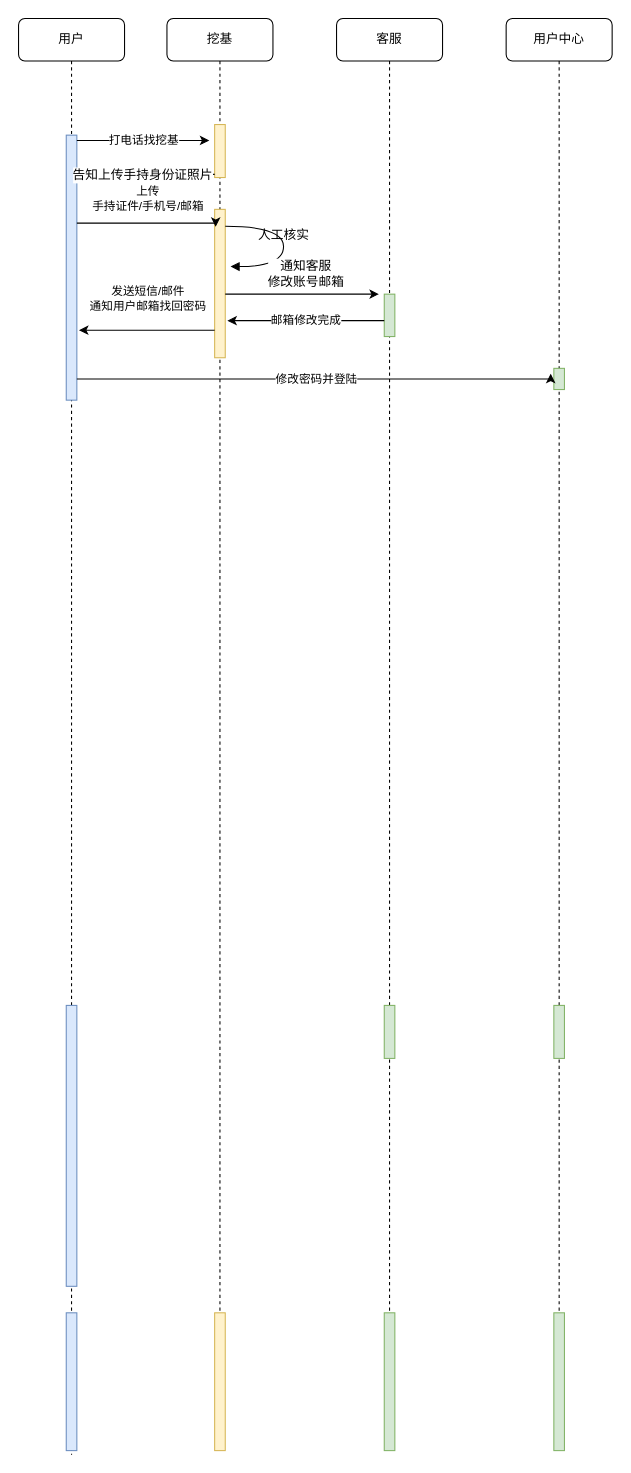
The draw.io diagram 第三方结束合作流程.drawio in ytyszxf/angular2-webpack-starter, before the edit. Source tidied: cells renumbered, new cells numbered last; positions are measured from the earlier drawing's top-left corner, leaving out a move shared by most shapes. Both pictures are drawn from the tidied source at 106%, with x=0, y=0 at pixel (18, 18).
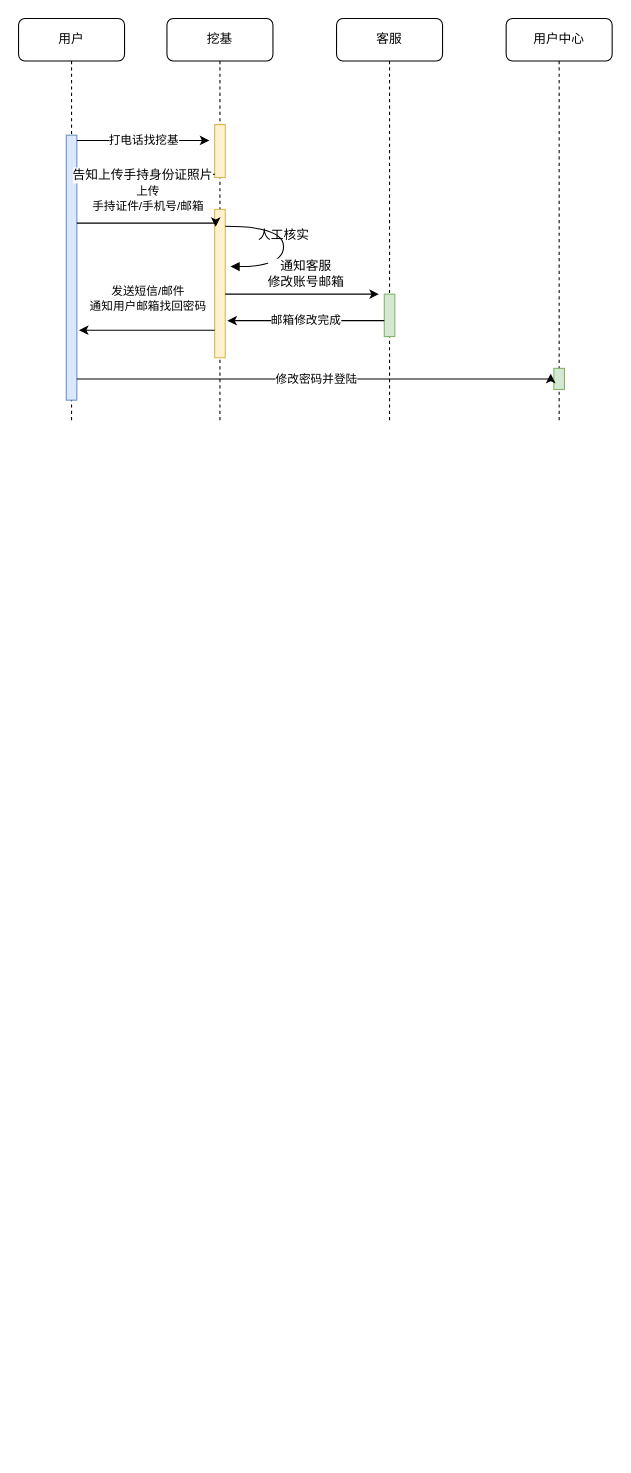
Above is the later version.

Commit message (it also covers changes not shown here):
Update 第三方结束合作流程.drawio

The edit, as a diff of the source:
```diff
@@
     <mxCell id="2" value="挖基" style="shape=umlLifeline;perimeter=lifelinePerimeter;whiteSpace=wrap;html=1;rounded=1;shadow=0;comic=0;labelBackgroundColor=none;strokeColor=#000000;strokeWidth=1;fillColor=#FFFFFF;fontFamily=Verdana;fontSize=12;fontColor=#000000;align=center;" parent="1" vertex="1">
-      <mxGeometry x="140" width="100" height="1260" as="geometry" />
+      <mxGeometry x="140" width="100" height="380" as="geometry" />
     </mxCell>
@@
-    <mxCell id="5" style="html=1;perimeter=orthogonalPerimeter;rounded=0;shadow=0;comic=0;labelBackgroundColor=none;strokeColor=#d6b656;strokeWidth=1;fillColor=#fff2cc;fontFamily=Verdana;fontSize=12;align=center;" parent="2" vertex="1">
-      <mxGeometry x="45" y="1221" width="10" height="130" as="geometry" />
-    </mxCell>
     <mxCell id="6" value="客服" style="shape=umlLifeline;perimeter=lifelinePerimeter;whiteSpace=wrap;html=1;rounded=1;shadow=0;comic=0;labelBackgroundColor=none;strokeColor=#000000;strokeWidth=1;fillColor=#FFFFFF;fontFamily=Verdana;fontSize=12;fontColor=#000000;align=center;" parent="1" vertex="1">
-      <mxGeometry x="300" width="100" height="1260" as="geometry" />
+      <mxGeometry x="300" width="100" height="380" as="geometry" />
     </mxCell>
@@
-    <mxCell id="8" style="html=1;perimeter=orthogonalPerimeter;rounded=0;shadow=0;comic=0;labelBackgroundColor=none;strokeColor=#82b366;strokeWidth=1;fillColor=#d5e8d4;fontFamily=Verdana;fontSize=12;align=center;" parent="6" vertex="1">
-      <mxGeometry x="45" y="931" width="10" height="50" as="geometry" />
-    </mxCell>
-    <mxCell id="9" style="html=1;perimeter=orthogonalPerimeter;rounded=0;shadow=0;comic=0;labelBackgroundColor=none;strokeColor=#82b366;strokeWidth=1;fillColor=#d5e8d4;fontFamily=Verdana;fontSize=12;align=center;" parent="6" vertex="1">
-      <mxGeometry x="45" y="1221" width="10" height="130" as="geometry" />
-    </mxCell>
     <mxCell id="10" value="用户" style="shape=umlLifeline;perimeter=lifelinePerimeter;whiteSpace=wrap;html=1;rounded=1;shadow=0;comic=0;labelBackgroundColor=none;strokeColor=#000000;strokeWidth=1;fillColor=#FFFFFF;fontFamily=Verdana;fontSize=12;fontColor=#000000;align=center;" parent="1" vertex="1">
-      <mxGeometry width="100" height="1355" as="geometry" />
+      <mxGeometry width="100" height="380" as="geometry" />
     </mxCell>
-    <mxCell id="11" style="html=1;perimeter=orthogonalPerimeter;rounded=0;shadow=0;comic=0;labelBackgroundColor=none;strokeColor=#6c8ebf;strokeWidth=1;fillColor=#dae8fc;fontFamily=Verdana;fontSize=12;align=center;" parent="10" vertex="1">
-      <mxGeometry x="45" y="931" width="10" height="265" as="geometry" />
-    </mxCell>
-    <mxCell id="12" style="html=1;perimeter=orthogonalPerimeter;rounded=0;shadow=0;comic=0;labelBackgroundColor=none;strokeColor=#6c8ebf;strokeWidth=1;fillColor=#dae8fc;fontFamily=Verdana;fontSize=12;align=center;" parent="10" vertex="1">
-      <mxGeometry x="45" y="1221" width="10" height="130" as="geometry" />
-    </mxCell>
@@
     <mxCell id="23" value="用户中心" style="shape=umlLifeline;perimeter=lifelinePerimeter;whiteSpace=wrap;html=1;rounded=1;shadow=0;comic=0;labelBackgroundColor=none;strokeColor=#000000;strokeWidth=1;fillColor=#FFFFFF;fontFamily=Verdana;fontSize=12;fontColor=#000000;align=center;" parent="1" vertex="1">
-      <mxGeometry x="460" width="100" height="1260" as="geometry" />
+      <mxGeometry x="460" width="100" height="380" as="geometry" />
     </mxCell>
@@
-    <mxCell id="25" style="html=1;perimeter=orthogonalPerimeter;rounded=0;shadow=0;comic=0;labelBackgroundColor=none;strokeColor=#82b366;strokeWidth=1;fillColor=#d5e8d4;fontFamily=Verdana;fontSize=12;align=center;" parent="23" vertex="1">
-      <mxGeometry x="45" y="931" width="10" height="50" as="geometry" />
-    </mxCell>
-    <mxCell id="26" style="html=1;perimeter=orthogonalPerimeter;rounded=0;shadow=0;comic=0;labelBackgroundColor=none;strokeColor=#82b366;strokeWidth=1;fillColor=#d5e8d4;fontFamily=Verdana;fontSize=12;align=center;" parent="23" vertex="1">
-      <mxGeometry x="45" y="1221" width="10" height="130" as="geometry" />
-    </mxCell>
```
